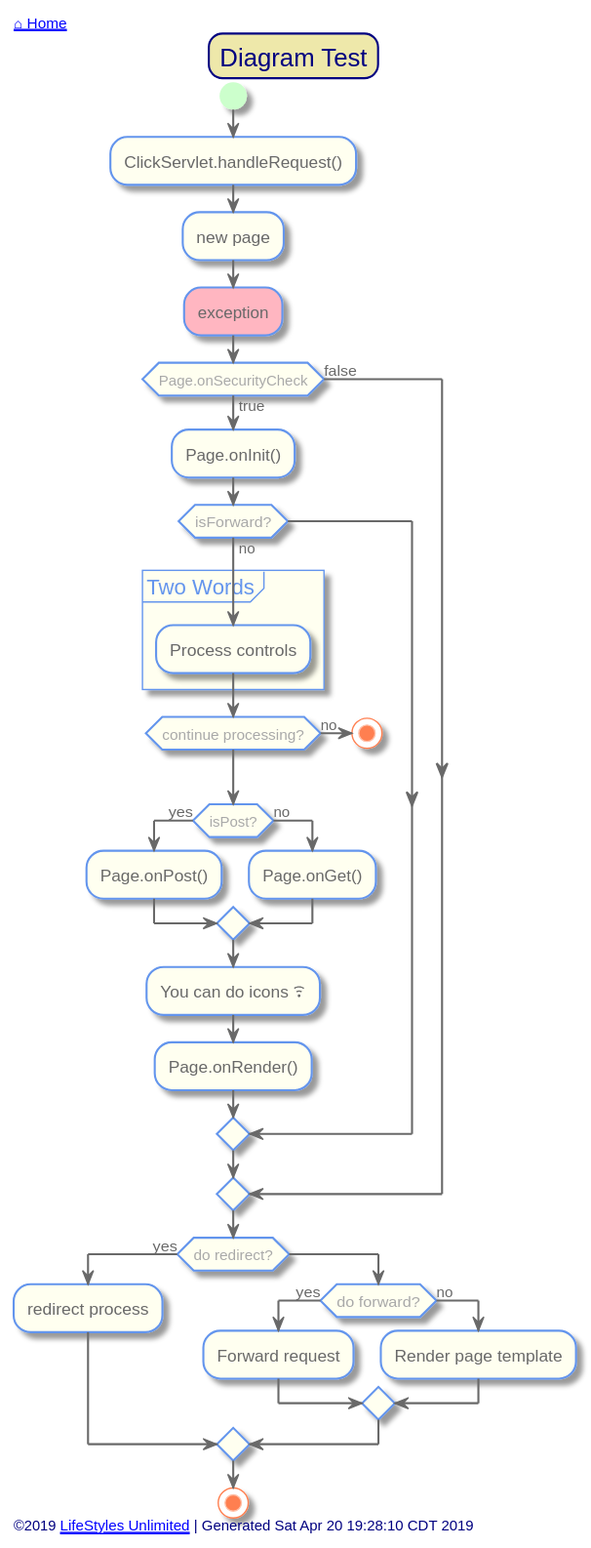
toddmo/lifestylesunlimited keeps this PlantUML diagram as out/src/test/diagram-test.svg. Above is the earlier version. The source it was exported from:
```plantuml
@startuml diagram-test


skinparam {
  BorderColor Red
  PathHoverColor Blue
}

skinparam Title {
  FontColor Navy
  BackgroundColor PaleGoldenRod
  BorderColor Navy
  BorderRoundCorner 20
}

skinparam activity {
  BackgroundColor Ivory
  BorderColor CornflowerBlue
  FontColor DimGray


  Arrow {
    Color dimgray
    FontColor dimgray
  }

  Start {
    Color PHYSICAL
  }

  End {
    Color Coral
  }

  Diamond {
    BackgroundColor Ivory
    BorderColor CornflowerBlue
    FontColor DarkGray
  }

  BackgroundColor<< Exception >> Red
	BorderColor<< Exception >> White
}

skinparam Swimlane {
  BorderColor CornflowerBlue
}

skinparam Partition {
  BackgroundColor Ivory
  BorderColor CornflowerBlue
  BorderThickness 1
  FontColor CornflowerBlue
  FontSize 16
  BorderRoundCorner 20
}

skinparam Note {
  BackgroundColor LightSteelBlue
  BorderColor CornflowerBlue
  FontColor White
}

skinparam Legend {
  BackgroundColor LightSteelBlue
  BorderColor CornflowerBlue
  FontColor White
}

skinparam Footer {
  FontColor Navy
}


left header
	<font color=Navy>[[../index.svg ⌂ Home]]</font>
endheader


title Diagram Test

start
:ClickServlet.handleRequest();
:new page;



#LightPink:exception;
if (Page.onSecurityCheck) then (true)
  :Page.onInit();
  if (isForward?) then (no)
	partition "Two Words" {
		:Process controls;
	}

	if (continue processing?) then (no)
	  stop
	endif

	if (isPost?) then (yes)
	  [[investor-life.svg]]:Page.onPost();
	else (no)
	  :Page.onGet();
	endif
	:You can do icons <&wifi>;
	:Page.onRender();
  endif
else (false)
endif


if (do redirect?) then (yes)
  :redirect process;
else
  if (do forward?) then (yes)
	:Forward request;
  else (no)
	:Render page template;
  endif
endif

stop


left footer
	©2019 [[http://www.lifestylesunlimited.com LifeStyles Unlimited]] | Generated Sat Apr 20 19:28:10 CDT 2019
endfooter


@enduml
```
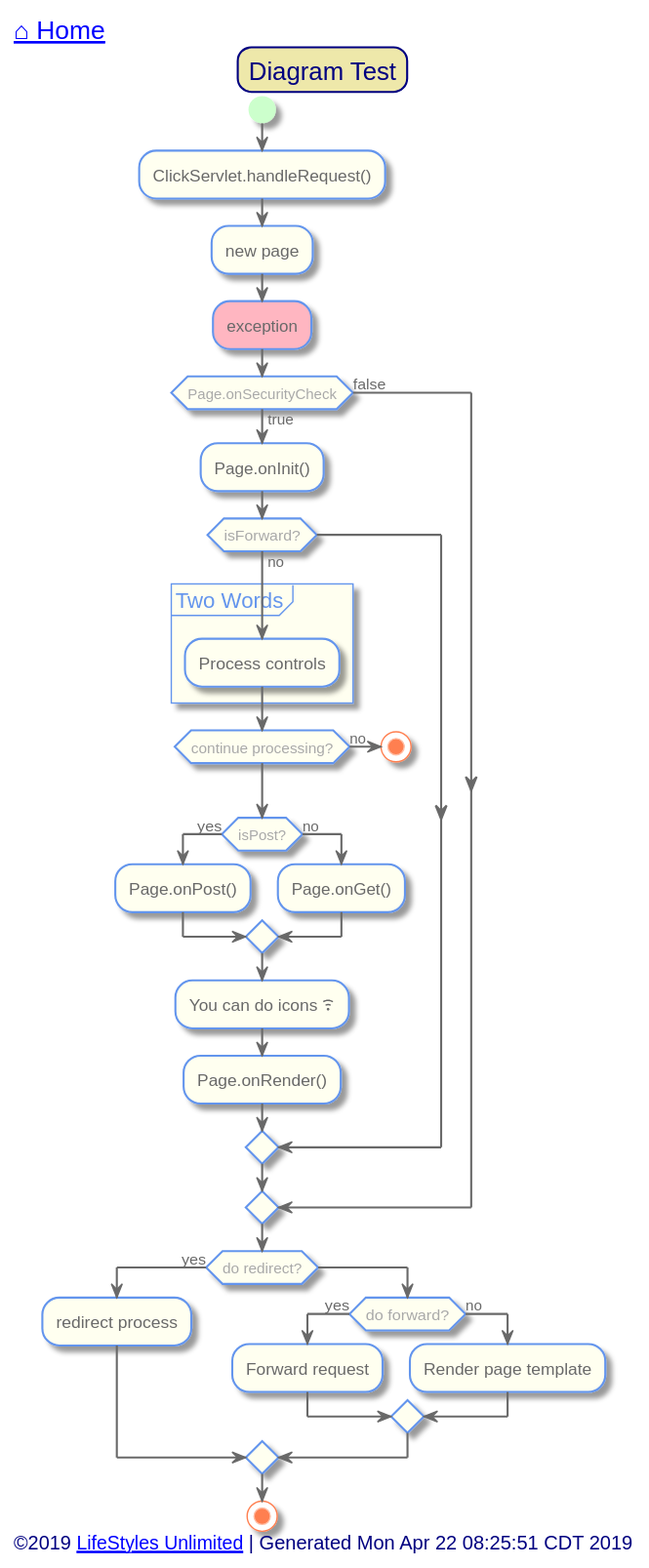
After the change.

Diff of the diagram source:
```diff
@@ -73,7 +73,7 @@
 
 
 left header
-	<font color=Navy>[[../index.svg ⌂ Home]]</font>
+	<font color=Navy size=18>[[../index.svg ⌂ Home]]</font>
 endheader
 
 
@@ -98,7 +98,7 @@
 	endif
 
 	if (isPost?) then (yes)
-	  [[investor-life.svg]]:Page.onPost();
+	  [[investor-life.svg?sanitize=true]]:Page.onPost();
 	else (no)
 	  :Page.onGet();
 	endif
@@ -123,7 +123,7 @@
 
 
 left footer
-	©2019 [[http://www.lifestylesunlimited.com LifeStyles Unlimited]] | Generated Sat Apr 20 19:28:10 CDT 2019
+	<font size=14>©2019 [[http://www.lifestylesunlimited.com LifeStyles Unlimited]] | Generated Mon Apr 22 08:25:51 CDT 2019</font>
 endfooter
 
 
```
